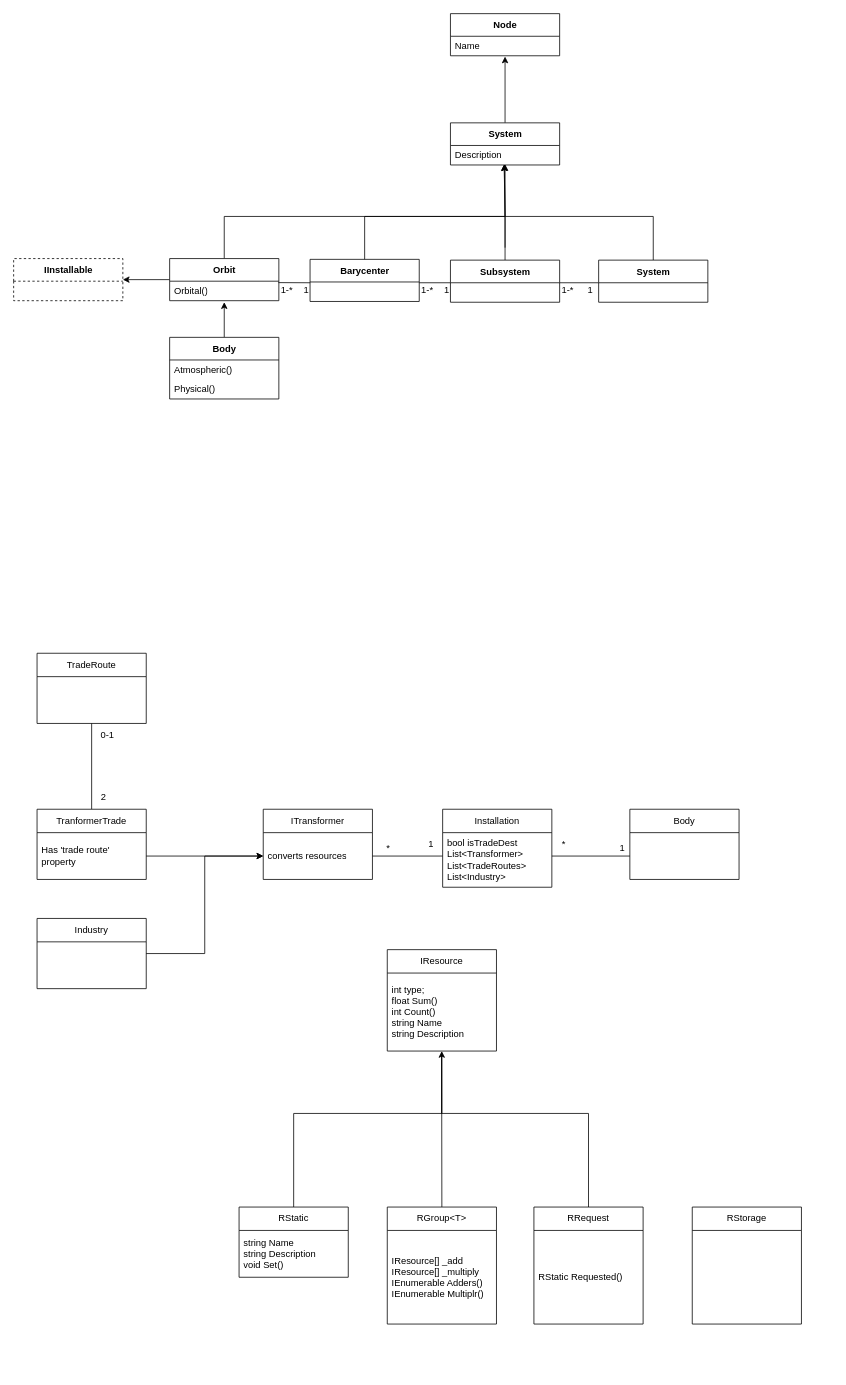
This is game.drawio from CallumWalley/tradeTest, a draw.io file, before an edit. Source tidied: cells renumbered, new cells numbered last; positions are measured from the earlier drawing's top-left corner, leaving out a move shared by most shapes. Both pictures are drawn from the tidied source at 78%, with x=0, y=0 at pixel (13, 13).
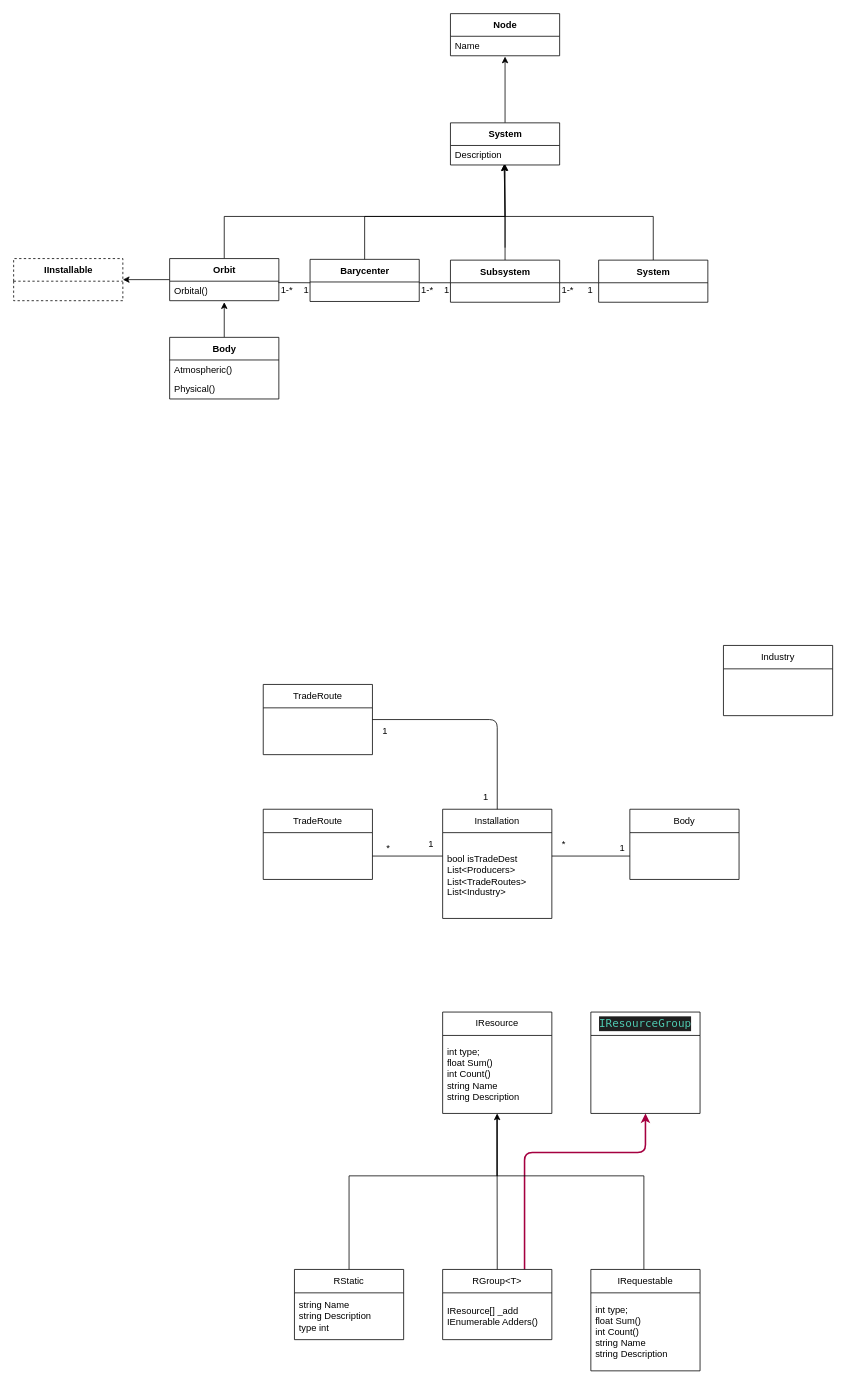
The same diagram, later.

The change refers to these unchanged cells:
```xml
<mxCell id="65" value="int type;&lt;br&gt;float Sum()&lt;br&gt;int Count()&lt;br&gt;string Name&lt;br&gt;string Description" style="text;strokeColor=none;fillColor=none;align=left;verticalAlign=middle;spacingLeft=4;spacingRight=4;overflow=hidden;points=[[0,0.5],[1,0.5]];portConstraint=eastwest;whiteSpace=wrap;html=1;" parent="64" vertex="1">
  <mxGeometry y="30" width="140" height="100" as="geometry" />
</mxCell>
```

What changed in the source:
```diff
@@
     <mxCell id="2" style="edgeStyle=orthogonalEdgeStyle;rounded=0;jumpStyle=arc;html=1;exitX=0.5;exitY=0;exitDx=0;exitDy=0;entryX=0.499;entryY=1;entryDx=0;entryDy=0;entryPerimeter=0;endArrow=classic;endFill=1;" parent="1" edge="1" source="3" target="65">
       <mxGeometry relative="1" as="geometry">
         <Array as="points">
-          <mxPoint x="359" y="1410" />
-          <mxPoint x="549" y="1410" />
+          <mxPoint x="430" y="1490" />
+          <mxPoint x="620" y="1490" />
         </Array>
       </mxGeometry>
     </mxCell>
     <mxCell id="3" value="RStatic" style="swimlane;fontStyle=0;horizontal=1;startSize=30;whiteSpace=wrap;html=1;" parent="1" vertex="1">
-      <mxGeometry x="289" y="1530" width="140" height="90" as="geometry" />
+      <mxGeometry x="360" y="1610" width="140" height="90" as="geometry" />
     </mxCell>
-    <mxCell id="4" value="string Name&lt;br&gt;string Description&lt;br&gt;void Set()" style="text;strokeColor=none;fillColor=none;align=left;verticalAlign=middle;spacingLeft=4;spacingRight=4;overflow=hidden;whiteSpace=wrap;html=1;" parent="3" vertex="1">
+    <mxCell id="4" value="string Name&lt;br&gt;string Description&lt;br&gt;type int" style="text;strokeColor=none;fillColor=none;align=left;verticalAlign=middle;spacingLeft=4;spacingRight=4;overflow=hidden;whiteSpace=wrap;html=1;" parent="3" vertex="1">
       <mxGeometry y="30" width="140" height="60" as="geometry" />
     </mxCell>
@@
+    <mxCell id="67" style="edgeStyle=orthogonalEdgeStyle;html=1;exitX=0.75;exitY=0;exitDx=0;exitDy=0;entryX=0.5;entryY=1;entryDx=0;entryDy=0;fillColor=#d80073;strokeColor=#A50040;strokeWidth=2;" parent="1" edge="1" source="6" target="70">
+      <mxGeometry relative="1" as="geometry">
+        <Array as="points">
+          <mxPoint x="655" y="1460" />
+          <mxPoint x="810" y="1460" />
+        </Array>
+      </mxGeometry>
+    </mxCell>
     <mxCell id="6" value="RGroup&amp;lt;T&amp;gt;" style="swimlane;fontStyle=0;horizontal=1;startSize=30;whiteSpace=wrap;html=1;" parent="1" vertex="1">
-      <mxGeometry x="479" y="1530" width="140" height="150" as="geometry" />
+      <mxGeometry x="550" y="1610" width="140" height="90" as="geometry" />
     </mxCell>
-    <mxCell id="7" value="&lt;span style=&quot;text-align: center;&quot;&gt;IResource&lt;/span&gt;[] _add&lt;br&gt;&lt;span style=&quot;text-align: center;&quot;&gt;IResource[] _multiply&lt;br&gt;IEnumerable Adders()&lt;br&gt;&lt;/span&gt;&lt;span style=&quot;text-align: center;&quot;&gt;IEnumerable Multiplr()&lt;/span&gt;" style="text;strokeColor=none;fillColor=none;align=left;verticalAlign=middle;spacingLeft=4;spacingRight=4;overflow=hidden;whiteSpace=wrap;html=1;" parent="6" vertex="1">
-      <mxGeometry y="30" width="140" height="120" as="geometry" />
+    <mxCell id="7" value="&lt;span style=&quot;text-align: center;&quot;&gt;IResource&lt;/span&gt;[] _add&lt;span style=&quot;text-align: center;&quot;&gt;&lt;br&gt;IEnumerable Adders()&lt;/span&gt;" style="text;strokeColor=none;fillColor=none;align=left;verticalAlign=middle;spacingLeft=4;spacingRight=4;overflow=hidden;whiteSpace=wrap;html=1;" parent="6" vertex="1">
+      <mxGeometry y="30" width="140" height="60" as="geometry" />
     </mxCell>
     <mxCell id="8" value="Installation" style="swimlane;fontStyle=0;horizontal=1;startSize=30;whiteSpace=wrap;html=1;" parent="1" vertex="1">
-      <mxGeometry x="550" y="1020" width="140" height="100" as="geometry" />
+      <mxGeometry x="550" y="1020" width="140" height="140" as="geometry" />
     </mxCell>
-    <mxCell id="9" value="bool isTradeDest&lt;br&gt;List&amp;lt;Transformer&amp;gt;&lt;br&gt;List&amp;lt;TradeRoutes&amp;gt;&lt;br&gt;List&amp;lt;Industry&amp;gt;" style="text;strokeColor=none;fillColor=none;align=left;verticalAlign=middle;spacingLeft=4;spacingRight=4;overflow=hidden;whiteSpace=wrap;html=1;" parent="8" vertex="1">
-      <mxGeometry y="30" width="140" height="70" as="geometry" />
+    <mxCell id="9" value="bool isTradeDest&lt;br&gt;List&amp;lt;Producers&amp;gt;&lt;br&gt;List&amp;lt;TradeRoutes&amp;gt;&lt;br&gt;List&amp;lt;Industry&amp;gt;&lt;br&gt;" style="text;strokeColor=none;fillColor=none;align=left;verticalAlign=middle;spacingLeft=4;spacingRight=4;overflow=hidden;whiteSpace=wrap;html=1;" parent="8" vertex="1">
+      <mxGeometry y="30" width="140" height="110" as="geometry" />
     </mxCell>
@@
-    <mxCell id="11" style="edgeStyle=none;html=1;exitX=0.5;exitY=1;exitDx=0;exitDy=0;entryX=0.5;entryY=0;entryDx=0;entryDy=0;endArrow=none;endFill=0;" parent="1" edge="1" source="12" target="23">
-      <mxGeometry relative="1" as="geometry" />
-    </mxCell>
     <mxCell id="12" value="TradeRoute" style="swimlane;fontStyle=0;horizontal=1;startSize=30;whiteSpace=wrap;html=1;" parent="1" vertex="1">
-      <mxGeometry x="30" y="820" width="140" height="90" as="geometry" />
+      <mxGeometry x="320" y="1020" width="140" height="90" as="geometry" />
     </mxCell>
-    <mxCell id="13" value="ITransformer" style="swimlane;fontStyle=0;horizontal=1;startSize=30;whiteSpace=wrap;html=1;" parent="1" vertex="1">
-      <mxGeometry x="320" y="1020" width="140" height="90" as="geometry" />
-    </mxCell>
-    <mxCell id="14" value="converts resources" style="text;strokeColor=none;fillColor=none;align=left;verticalAlign=middle;spacingLeft=4;spacingRight=4;overflow=hidden;points=[[0,0.5],[1,0.5]];portConstraint=eastwest;whiteSpace=wrap;html=1;" parent="13" vertex="1">
-      <mxGeometry y="30" width="140" height="60" as="geometry" />
-    </mxCell>
-    <mxCell id="15" style="edgeStyle=none;html=1;exitX=1;exitY=0.5;exitDx=0;exitDy=0;startArrow=none;startFill=0;endArrow=none;endFill=0;" parent="1" edge="1" source="14">
+    <mxCell id="15" style="edgeStyle=none;html=1;exitX=1;exitY=0.5;exitDx=0;exitDy=0;startArrow=none;startFill=0;endArrow=none;endFill=0;" parent="1" edge="1">
       <mxGeometry relative="1" as="geometry">
+        <mxPoint x="460" y="1080" as="sourcePoint" />
         <mxPoint x="550" y="1080" as="targetPoint" />
       </mxGeometry>
     </mxCell>
@@
-    <mxCell id="19" value="0-1" style="text;html=1;align=center;verticalAlign=middle;strokeColor=none;fillColor=none;" parent="1" vertex="1">
-      <mxGeometry x="100" y="910" width="40" height="30" as="geometry" />
-    </mxCell>
-    <mxCell id="20" value="2" style="text;html=1;align=center;verticalAlign=middle;strokeColor=none;fillColor=none;" parent="1" vertex="1">
-      <mxGeometry x="100" y="990" width="30" height="30" as="geometry" />
-    </mxCell>
@@
-    <mxCell id="23" value="TranformerTrade" style="swimlane;fontStyle=0;horizontal=1;startSize=30;whiteSpace=wrap;html=1;" parent="1" vertex="1">
-      <mxGeometry x="30" y="1020" width="140" height="90" as="geometry" />
-    </mxCell>
-    <mxCell id="24" value="Has 'trade route' property" style="text;strokeColor=none;fillColor=none;align=left;verticalAlign=middle;spacingLeft=4;spacingRight=4;overflow=hidden;points=[[0,0.5],[1,0.5]];portConstraint=eastwest;whiteSpace=wrap;html=1;" parent="23" vertex="1">
-      <mxGeometry y="30" width="140" height="60" as="geometry" />
-    </mxCell>
-    <mxCell id="25" style="edgeStyle=none;html=1;" parent="1" edge="1" source="24" target="14">
-      <mxGeometry relative="1" as="geometry" />
-    </mxCell>
-    <mxCell id="26" style="edgeStyle=orthogonalEdgeStyle;html=1;exitX=1;exitY=0.5;exitDx=0;exitDy=0;entryX=0;entryY=0.5;entryDx=0;entryDy=0;rounded=0;" parent="1" edge="1" source="27" target="14">
-      <mxGeometry relative="1" as="geometry" />
-    </mxCell>
     <mxCell id="27" value="Industry" style="swimlane;fontStyle=0;horizontal=1;startSize=30;whiteSpace=wrap;html=1;" parent="1" vertex="1">
-      <mxGeometry x="30" y="1160" width="140" height="90" as="geometry" />
+      <mxGeometry x="910" y="810" width="140" height="90" as="geometry" />
     </mxCell>
-    <mxCell id="28" style="edgeStyle=orthogonalEdgeStyle;html=1;exitX=0.5;exitY=0;exitDx=0;exitDy=0;entryX=0.498;entryY=1.023;entryDx=0;entryDy=0;entryPerimeter=0;endArrow=none;endFill=0;rounded=0;" parent="1" edge="1" source="29" target="65">
+    <mxCell id="28" style="edgeStyle=orthogonalEdgeStyle;html=1;exitX=0.5;exitY=0;exitDx=0;exitDy=0;entryX=0.498;entryY=1.023;entryDx=0;entryDy=0;entryPerimeter=0;endArrow=none;endFill=0;rounded=0;" parent="1" edge="1" target="65">
       <mxGeometry relative="1" as="geometry">
+        <mxPoint x="808" y="1610" as="sourcePoint" />
         <Array as="points">
-          <mxPoint x="737" y="1410" />
-          <mxPoint x="548" y="1410" />
+          <mxPoint x="808" y="1490" />
+          <mxPoint x="619" y="1490" />
         </Array>
       </mxGeometry>
     </mxCell>
-    <mxCell id="29" value="RRequest" style="swimlane;fontStyle=0;horizontal=1;startSize=30;whiteSpace=wrap;html=1;" parent="1" vertex="1">
-      <mxGeometry x="667" y="1530" width="140" height="150" as="geometry" />
-    </mxCell>
-    <mxCell id="30" value="RStatic Requested()&lt;br&gt;" style="text;strokeColor=none;fillColor=none;align=left;verticalAlign=middle;spacingLeft=4;spacingRight=4;overflow=hidden;whiteSpace=wrap;html=1;" parent="29" vertex="1">
-      <mxGeometry y="30" width="140" height="120" as="geometry" />
-    </mxCell>
@@
     <mxCell id="64" value="IResource" style="swimlane;fontStyle=0;horizontal=1;startSize=30;whiteSpace=wrap;html=1;" parent="1" vertex="1">
-      <mxGeometry x="479" y="1200" width="140" height="130" as="geometry" />
+      <mxGeometry x="550" y="1280" width="140" height="130" as="geometry" />
     </mxCell>
@@
-    <mxCell id="66" value="RStorage" style="swimlane;fontStyle=0;horizontal=1;startSize=30;whiteSpace=wrap;html=1;" parent="1" vertex="1">
-      <mxGeometry x="870" y="1530" width="140" height="150" as="geometry" />
-    </mxCell>
+    <mxCell id="68" value="IRequestable" style="swimlane;fontStyle=0;horizontal=1;startSize=30;whiteSpace=wrap;html=1;" parent="1" vertex="1">
+      <mxGeometry x="740" y="1610" width="140" height="130" as="geometry" />
+    </mxCell>
+    <mxCell id="69" value="int type;&lt;br&gt;float Sum()&lt;br&gt;int Count()&lt;br&gt;string Name&lt;br&gt;string Description" style="text;strokeColor=none;fillColor=none;align=left;verticalAlign=middle;spacingLeft=4;spacingRight=4;overflow=hidden;whiteSpace=wrap;html=1;" parent="68" vertex="1">
+      <mxGeometry y="30" width="140" height="100" as="geometry" />
+    </mxCell>
+    <mxCell id="70" value="&lt;div style=&quot;color: rgb(204, 204, 204); background-color: rgb(31, 31, 31); font-family: &amp;quot;Droid Sans Mono&amp;quot;, &amp;quot;monospace&amp;quot;, monospace; font-size: 14px; line-height: 19px;&quot;&gt;&lt;span style=&quot;color: #4ec9b0;&quot;&gt;IResourceGroup&lt;/span&gt;&lt;/div&gt;" style="swimlane;fontStyle=0;horizontal=1;startSize=30;whiteSpace=wrap;html=1;" parent="1" vertex="1">
+      <mxGeometry x="740" y="1280" width="140" height="130" as="geometry" />
+    </mxCell>
+    <mxCell id="71" style="edgeStyle=orthogonalEdgeStyle;html=1;exitX=1;exitY=0.5;exitDx=0;exitDy=0;entryX=0.5;entryY=0;entryDx=0;entryDy=0;endArrow=none;endFill=0;" parent="1" edge="1" source="72" target="8">
+      <mxGeometry relative="1" as="geometry" />
+    </mxCell>
+    <mxCell id="72" value="TradeRoute" style="swimlane;fontStyle=0;horizontal=1;startSize=30;whiteSpace=wrap;html=1;" parent="1" vertex="1">
+      <mxGeometry x="320" y="860" width="140" height="90" as="geometry" />
+    </mxCell>
+    <mxCell id="73" value="1" style="text;html=1;align=center;verticalAlign=middle;strokeColor=none;fillColor=none;" parent="1" vertex="1">
+      <mxGeometry x="590" y="990" width="30" height="30" as="geometry" />
+    </mxCell>
+    <mxCell id="74" value="1" style="text;html=1;align=center;verticalAlign=middle;strokeColor=none;fillColor=none;" parent="1" vertex="1">
+      <mxGeometry x="461" y="905" width="30" height="30" as="geometry" />
+    </mxCell>
```
